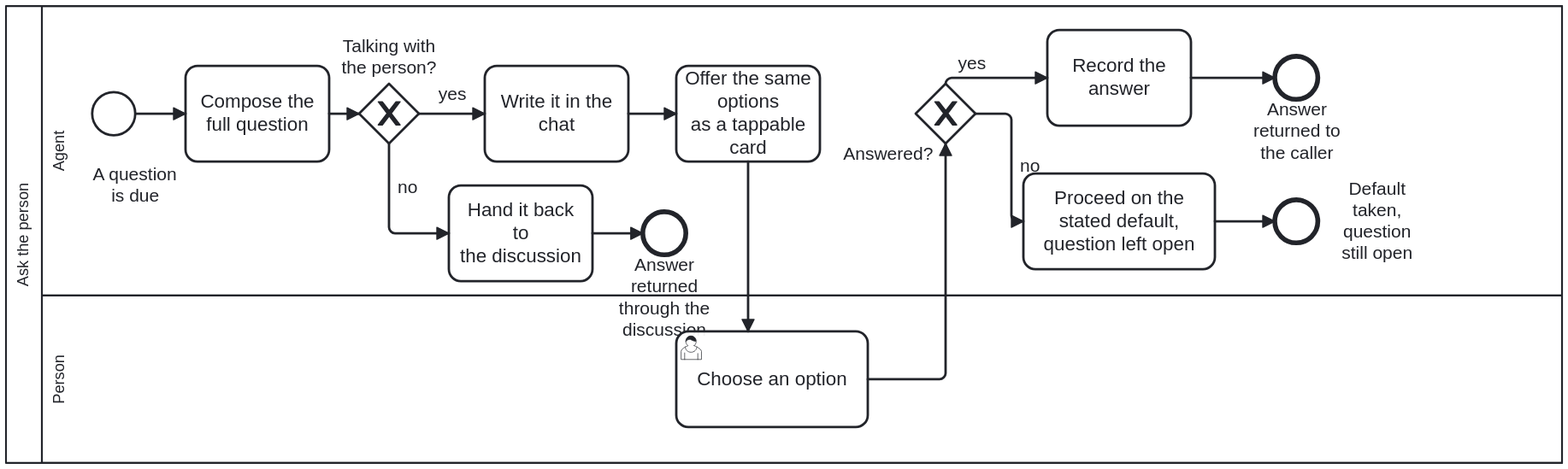
This is docs/assets/img/workflows/ask-the-person.svg from litlfred/cat-harness, a BPMN export, as it was before one commit. Its source is kept beside it as processes/process/ask-the-person.bpmn. Ids are renumbered.
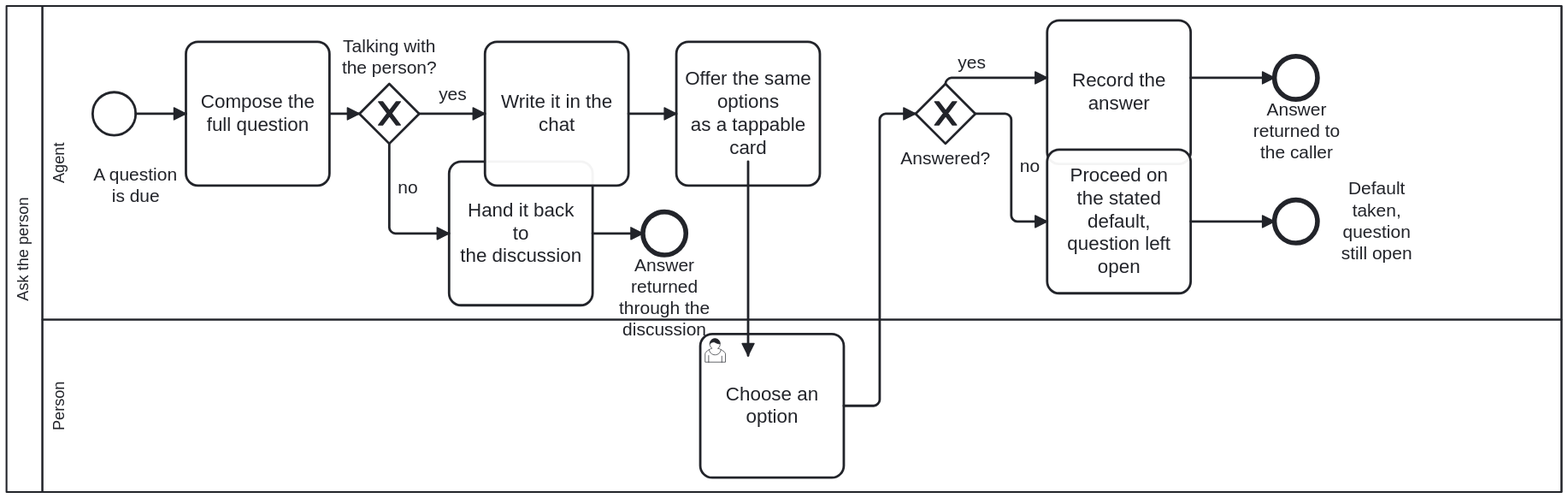
After the commit.

The edit, as a diff of the source:
```diff
@@ -103,39 +103,39 @@
   <bpmndi:BPMNDiagram id="Diagram_Process_AskThePerson">
     <bpmndi:BPMNPlane id="Plane_Process_AskThePerson" bpmnElement="Collaboration_Process_AskThePerson">
       <bpmndi:BPMNShape id="Shape_Participant_Process_AskThePerson" bpmnElement="Participant_Process_AskThePerson" isHorizontal="true">
-        <dc:Bounds x="160" y="80" width="1300" height="382" />
+        <dc:Bounds x="160" y="80" width="1300" height="406" />
       </bpmndi:BPMNShape>
       <bpmndi:BPMNShape id="Shape_Lane_Agent" bpmnElement="Lane_Agent" isHorizontal="true">
-        <dc:Bounds x="190" y="80" width="1270" height="242" />
+        <dc:Bounds x="190" y="80" width="1270" height="262" />
       </bpmndi:BPMNShape>
       <bpmndi:BPMNShape id="Shape_Lane_Person" bpmnElement="Lane_Person" isHorizontal="true">
-        <dc:Bounds x="190" y="322" width="1270" height="140" />
+        <dc:Bounds x="190" y="342" width="1270" height="144" />
       </bpmndi:BPMNShape>
       <bpmndi:BPMNShape id="Shape_Start_Process_AskThePerson" bpmnElement="Start_Process_AskThePerson">
         <dc:Bounds x="232" y="152" width="36" height="36" />
-        <bpmndi:BPMNLabel><dc:Bounds x="222.68" y="211.5" width="90" height="35" /></bpmndi:BPMNLabel>
-      </bpmndi:BPMNShape>
+
+      <bpmndi:BPMNLabel><dc:Bounds x="222.68" y="211.5" width="90" height="35" /></bpmndi:BPMNLabel></bpmndi:BPMNShape>
       <bpmndi:BPMNShape id="Shape_A_Compose" bpmnElement="A_Compose">
-        <dc:Bounds x="310" y="130" width="120" height="80" />
+        <dc:Bounds x="310" y="110" width="120" height="120" />
       </bpmndi:BPMNShape>
       <bpmndi:BPMNShape id="Shape_A_WriteInChat" bpmnElement="A_WriteInChat">
-        <dc:Bounds x="560" y="130" width="120" height="80" />
+        <dc:Bounds x="560" y="110" width="120" height="120" />
       </bpmndi:BPMNShape>
       <bpmndi:BPMNShape id="Shape_A_OfferCard" bpmnElement="A_OfferCard">
-        <dc:Bounds x="720" y="130" width="120" height="80" />
+        <dc:Bounds x="720" y="110" width="120" height="120" />
       </bpmndi:BPMNShape>
       <bpmndi:BPMNShape id="Shape_U_Choose" bpmnElement="U_Choose">
-        <dc:Bounds x="720" y="352" width="160" height="80" />
+        <dc:Bounds x="740" y="354" width="120" height="120" />
       </bpmndi:BPMNShape>
       <bpmndi:BPMNShape id="Shape_GW_Answered" bpmnElement="GW_Answered" isMarkerVisible="true">
         <dc:Bounds x="920" y="145" width="50" height="50" />
-        <bpmndi:BPMNLabel><dc:Bounds x="852" y="194.5" width="90" height="17" /></bpmndi:BPMNLabel>
-      </bpmndi:BPMNShape>
+
+      <bpmndi:BPMNLabel><dc:Bounds x="900" y="199" width="90" height="17" /></bpmndi:BPMNLabel></bpmndi:BPMNShape>
       <bpmndi:BPMNShape id="Shape_A_Record" bpmnElement="A_Record">
-        <dc:Bounds x="1030" y="100" width="120" height="80" />
+        <dc:Bounds x="1030" y="92" width="120" height="120" />
       </bpmndi:BPMNShape>
       <bpmndi:BPMNShape id="Shape_A_ProceedOnDefault" bpmnElement="A_ProceedOnDefault">
-        <dc:Bounds x="1010" y="220" width="160" height="80" />
+        <dc:Bounds x="1030" y="200" width="120" height="120" />
       </bpmndi:BPMNShape>
       <bpmndi:BPMNShape id="Shape_End_Answered" bpmnElement="End_Answered">
         <dc:Bounds x="1220" y="122" width="36" height="36" />
@@ -145,22 +145,26 @@
 
       <bpmndi:BPMNLabel><dc:Bounds x="1260" y="224" width="90" height="72" /></bpmndi:BPMNLabel></bpmndi:BPMNShape>
       <bpmndi:BPMNEdge id="Edge_SF_Ask_1" bpmnElement="SF_Ask_1">
-        <di:waypoint x="268" y="170" /><di:waypoint x="310" y="170" />
+        <di:waypoint x="268" y="170" />
+        <di:waypoint x="310" y="170" />
       </bpmndi:BPMNEdge>
       <bpmndi:BPMNEdge id="Edge_SF_Ask_2" bpmnElement="SF_Ask_2">
-        <di:waypoint x="430" y="170" /><di:waypoint x="455" y="170" />
+        <di:waypoint x="430" y="170" />
+        <di:waypoint x="455" y="170" />
       </bpmndi:BPMNEdge>
       <bpmndi:BPMNEdge id="Edge_SF_Ask_3" bpmnElement="SF_Ask_3">
-        <di:waypoint x="680" y="170" /><di:waypoint x="720" y="170" />
+        <di:waypoint x="680" y="170" />
+        <di:waypoint x="720" y="170" />
       </bpmndi:BPMNEdge>
       <bpmndi:BPMNEdge id="Edge_SF_Ask_4" bpmnElement="SF_Ask_4">
         <di:waypoint x="780" y="210" />
-        <di:waypoint x="780" y="352" />
+        <di:waypoint x="780" y="372" />
       </bpmndi:BPMNEdge>
       <bpmndi:BPMNEdge id="Edge_SF_Ask_5" bpmnElement="SF_Ask_5">
-        <di:waypoint x="880" y="392" />
-        <di:waypoint x="945" y="392" />
-        <di:waypoint x="945" y="195" />
+        <di:waypoint x="860" y="414" />
+        <di:waypoint x="890" y="414" />
+        <di:waypoint x="890" y="170" />
+        <di:waypoint x="920" y="170" />
       </bpmndi:BPMNEdge>
       <bpmndi:BPMNEdge id="Edge_SF_Ask_6" bpmnElement="SF_Ask_6">
         <di:waypoint x="945" y="145" />
@@ -172,14 +176,14 @@
         <di:waypoint x="970" y="170" />
         <di:waypoint x="1000" y="170" />
         <di:waypoint x="1000" y="260" />
-        <di:waypoint x="1010" y="260" />
+        <di:waypoint x="1030" y="260" />
       </bpmndi:BPMNEdge>
       <bpmndi:BPMNEdge id="Edge_SF_Ask_8" bpmnElement="SF_Ask_8">
         <di:waypoint x="1150" y="140" />
         <di:waypoint x="1220" y="140" />
       </bpmndi:BPMNEdge>
       <bpmndi:BPMNEdge id="Edge_SF_Ask_9" bpmnElement="SF_Ask_9">
-        <di:waypoint x="1170" y="260" />
+        <di:waypoint x="1150" y="260" />
         <di:waypoint x="1220" y="260" />
       </bpmndi:BPMNEdge>
       <bpmndi:BPMNShape id="Shape_GW_Discussing" bpmnElement="GW_Discussing" isMarkerVisible="true">
@@ -187,19 +191,23 @@
 
       <bpmndi:BPMNLabel><dc:Bounds x="435" y="105" width="90" height="36" /></bpmndi:BPMNLabel></bpmndi:BPMNShape>
       <bpmndi:BPMNShape id="Shape_A_HandBack" bpmnElement="A_HandBack">
-        <dc:Bounds x="530" y="230" width="120" height="80" />
+        <dc:Bounds x="530" y="210" width="120" height="120" />
       </bpmndi:BPMNShape>
       <bpmndi:BPMNShape id="Shape_End_HandedBack" bpmnElement="End_HandedBack">
         <dc:Bounds x="692" y="252" width="36" height="36" />
       </bpmndi:BPMNShape>
       <bpmndi:BPMNEdge id="Edge_SF_Ask_10" bpmnElement="SF_Ask_10">
-        <di:waypoint x="505" y="170" /><di:waypoint x="560" y="170" />
+        <di:waypoint x="505" y="170" />
+        <di:waypoint x="560" y="170" />
       </bpmndi:BPMNEdge>
       <bpmndi:BPMNEdge id="Edge_SF_Ask_11" bpmnElement="SF_Ask_11">
-        <di:waypoint x="480" y="195" /><di:waypoint x="480" y="270" /><di:waypoint x="530" y="270" />
+        <di:waypoint x="480" y="195" />
+        <di:waypoint x="480" y="270" />
+        <di:waypoint x="530" y="270" />
       </bpmndi:BPMNEdge>
       <bpmndi:BPMNEdge id="Edge_SF_Ask_12" bpmnElement="SF_Ask_12">
-        <di:waypoint x="650" y="270" /><di:waypoint x="692" y="270" />
+        <di:waypoint x="650" y="270" />
+        <di:waypoint x="692" y="270" />
       </bpmndi:BPMNEdge>
     </bpmndi:BPMNPlane>
   </bpmndi:BPMNDiagram>
```
